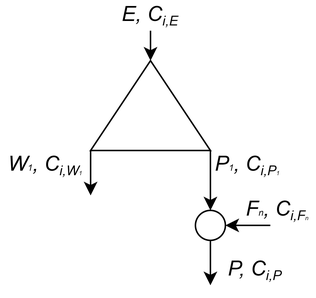
Above: cascades/ord1_.png in GusevVlad/Russian-Phd-LaTeX-Dissertation-Template (draw.io), before the change. Source tidied: cells renumbered, new cells last; positions are measured from the earlier drawing's top-left corner, leaving out a move shared by most shapes. Its diagram source:
```xml
<mxGraphModel>
  <root>
    <mxCell id="0" />
    <mxCell id="1" parent="0" />
    <mxCell id="2" style="endArrow=classic;html=1;" parent="1" edge="1">
      <mxGeometry relative="1" as="geometry">
        <mxPoint x="100" y="20" as="sourcePoint" />
        <mxPoint x="100" y="40" as="targetPoint" />
      </mxGeometry>
    </mxCell>
    <mxCell id="3" style="endArrow=classic;html=1;" parent="1" edge="1">
      <mxGeometry relative="1" as="geometry">
        <mxPoint x="60" y="100" as="sourcePoint" />
        <mxPoint x="60" y="130" as="targetPoint" />
      </mxGeometry>
    </mxCell>
    <mxCell id="4" style="triangle;whiteSpace=wrap;html=1;rotation=-90;" parent="1" vertex="1">
      <mxGeometry x="70" y="30" width="60" height="80" as="geometry" />
    </mxCell>
    <mxCell id="5" style="endArrow=classic;html=1;entryX=0.5;entryY=0;entryDx=0;entryDy=0;" parent="1" edge="1" target="8">
      <mxGeometry relative="1" as="geometry">
        <mxPoint x="140" y="100" as="sourcePoint" />
      </mxGeometry>
    </mxCell>
    <mxCell id="6" value="&lt;font&gt;&lt;i&gt;&lt;span style=&quot;font-size: 14px&quot;&gt;E, C&lt;/span&gt;&lt;sub&gt;&lt;font style=&quot;font-size: 9px&quot;&gt;i,E&lt;/font&gt;&lt;/sub&gt;&lt;/i&gt;&lt;/font&gt;" style="text;html=1;strokeColor=none;fillColor=none;align=center;verticalAlign=middle;whiteSpace=wrap;rounded=0;" parent="1" vertex="1">
      <mxGeometry x="75" width="50" height="20" as="geometry" />
    </mxCell>
    <mxCell id="7" value="&lt;span style=&quot;color: rgba(0 , 0 , 0 , 0) ; font-family: monospace ; font-size: 0px&quot;&gt;%3CmxGraphModel%3E%3Croot%3E%3CmxCell%20id%3D%220%22%2F%3E%3CmxCell%20id%3D%221%22%20parent%3D%220%22%2F%3E%3CmxCell%20id%3D%222%22%20value%3D%22%26lt%3Bfont%26gt%3B%26lt%3Bi%26gt%3B%26lt%3Bspan%20style%3D%26quot%3Bfont-size%3A%2014px%26quot%3B%26gt%3BE%2C%20C%26lt%3B%2Fspan%26gt%3B%26lt%3Bsub%26gt%3B%26lt%3Bfont%20style%3D%26quot%3Bfont-size%3A%209px%26quot%3B%26gt%3Bi%2CE%26lt%3B%2Ffont%26gt%3B%26lt%3B%2Fsub%26gt%3B%26lt%3B%2Fi%26gt%3B%26lt%3B%2Ffont%26gt%3B%22%20style%3D%22text%3Bhtml%3D1%3BstrokeColor%3Dnone%3BfillColor%3Dnone%3Balign%3Dcenter%3BverticalAlign%3Dmiddle%3BwhiteSpace%3Dwrap%3Brounded%3D0%3B%22%20vertex%3D%221%22%20parent%3D%221%22%3E%3CmxGeometry%20x%3D%22405%22%20y%3D%2260%22%20width%3D%2250%22%20height%3D%2220%22%20as%3D%22geometry%22%2F%3E%3C%2FmxCell%3E%3C%2Froot%3E%3C%2FmxGraphModel%3E&lt;/span&gt;" style="text;html=1;strokeColor=none;fillColor=none;align=center;verticalAlign=middle;whiteSpace=wrap;rounded=0;" parent="1" vertex="1">
      <mxGeometry x="20" y="110" width="40" height="20" as="geometry" />
    </mxCell>
    <mxCell id="8" style="ellipse;whiteSpace=wrap;html=1;" parent="1" vertex="1">
      <mxGeometry x="130" y="140" width="20" height="20" as="geometry" />
    </mxCell>
    <mxCell id="9" style="endArrow=classic;html=1;entryX=1;entryY=0.5;entryDx=0;entryDy=0;" parent="1" edge="1" target="8">
      <mxGeometry relative="1" as="geometry">
        <mxPoint x="180" y="150" as="sourcePoint" />
      </mxGeometry>
    </mxCell>
    <mxCell id="10" style="endArrow=classic;html=1;entryX=0;entryY=1;entryDx=0;entryDy=0;" parent="1" edge="1">
      <mxGeometry relative="1" as="geometry">
        <mxPoint x="140" y="160" as="sourcePoint" />
        <mxPoint x="140" y="190" as="targetPoint" />
      </mxGeometry>
    </mxCell>
    <mxCell id="11" value="&lt;i&gt;&lt;span style=&quot;font-size: 14px&quot;&gt;P&lt;/span&gt;&lt;font style=&quot;font-size: 6px&quot;&gt;1&lt;/font&gt;&lt;span style=&quot;font-size: 14px&quot;&gt;, C&lt;/span&gt;&lt;sub&gt;&lt;font style=&quot;font-size: 9px&quot;&gt;i,P&lt;/font&gt;&lt;font size=&quot;1&quot;&gt;&lt;span style=&quot;font-size: 4px&quot;&gt;1&lt;/span&gt;&lt;/font&gt;&lt;/sub&gt;&lt;/i&gt;" style="text;html=1;strokeColor=none;fillColor=none;align=center;verticalAlign=middle;whiteSpace=wrap;rounded=0;" parent="1" vertex="1">
      <mxGeometry x="135" y="100" width="60" height="20" as="geometry" />
    </mxCell>
    <mxCell id="12" value="&lt;font&gt;&lt;i&gt;&lt;span style=&quot;font-size: 14px&quot;&gt;W&lt;/span&gt;&lt;/i&gt;&lt;i&gt;&lt;font style=&quot;font-size: 6px;&quot;&gt;1&lt;/font&gt;&lt;/i&gt;&lt;i&gt;&lt;span style=&quot;font-size: 14px&quot;&gt;, C&lt;/span&gt;&lt;sub&gt;&lt;font style=&quot;font-size: 9px&quot;&gt;i,W&lt;/font&gt;&lt;/sub&gt;&lt;/i&gt;&lt;/font&gt;&lt;i&gt;&lt;sub&gt;&lt;font size=&quot;1&quot;&gt;&lt;span style=&quot;font-size: 4px;&quot;&gt;1&lt;/span&gt;&lt;/font&gt;&lt;/sub&gt;&lt;/i&gt;" style="text;html=1;strokeColor=none;fillColor=none;align=center;verticalAlign=middle;whiteSpace=wrap;rounded=0;" parent="1" vertex="1">
      <mxGeometry y="100" width="60" height="20" as="geometry" />
    </mxCell>
    <mxCell id="13" value="&lt;font&gt;&lt;i&gt;&lt;span style=&quot;font-size: 14px&quot;&gt;P, C&lt;/span&gt;&lt;sub&gt;&lt;font style=&quot;font-size: 9px&quot;&gt;i,P&lt;/font&gt;&lt;/sub&gt;&lt;/i&gt;&lt;/font&gt;" style="text;html=1;strokeColor=none;fillColor=none;align=center;verticalAlign=middle;whiteSpace=wrap;rounded=0;" parent="1" vertex="1">
      <mxGeometry x="145" y="170" width="50" height="20" as="geometry" />
    </mxCell>
    <mxCell id="14" value="&lt;i&gt;&lt;span style=&quot;font-size: 14px&quot;&gt;F&lt;/span&gt;&lt;font style=&quot;font-size: 6px&quot;&gt;n&lt;/font&gt;&lt;span style=&quot;font-size: 14px&quot;&gt;, C&lt;/span&gt;&lt;sub&gt;&lt;font style=&quot;font-size: 9px&quot;&gt;i,F&lt;/font&gt;&lt;font size=&quot;1&quot;&gt;&lt;span style=&quot;font-size: 4px&quot;&gt;n&lt;/span&gt;&lt;/font&gt;&lt;/sub&gt;&lt;/i&gt;" style="text;html=1;strokeColor=none;fillColor=none;align=center;verticalAlign=middle;whiteSpace=wrap;rounded=0;" parent="1" vertex="1">
      <mxGeometry x="160" y="130" width="50" height="20" as="geometry" />
    </mxCell>
  </root>
</mxGraphModel>
```
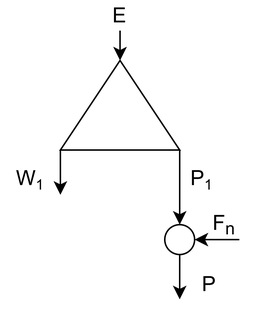
The same file after the commit.

The edit, as a diff of the source:
```diff
@@ -4,55 +4,51 @@
     <mxCell id="1" parent="0" />
     <mxCell id="2" style="endArrow=classic;html=1;" parent="1" edge="1">
       <mxGeometry relative="1" as="geometry">
-        <mxPoint x="100" y="20" as="sourcePoint" />
-        <mxPoint x="100" y="40" as="targetPoint" />
+        <mxPoint x="-190" y="20" as="sourcePoint" />
+        <mxPoint x="-190" y="40" as="targetPoint" />
       </mxGeometry>
     </mxCell>
     <mxCell id="3" style="endArrow=classic;html=1;" parent="1" edge="1">
       <mxGeometry relative="1" as="geometry">
-        <mxPoint x="60" y="100" as="sourcePoint" />
-        <mxPoint x="60" y="130" as="targetPoint" />
+        <mxPoint x="-230" y="100" as="sourcePoint" />
+        <mxPoint x="-230" y="130" as="targetPoint" />
       </mxGeometry>
     </mxCell>
     <mxCell id="4" style="triangle;whiteSpace=wrap;html=1;rotation=-90;" parent="1" vertex="1">
-      <mxGeometry x="70" y="30" width="60" height="80" as="geometry" />
+      <mxGeometry x="-220" y="30" width="60" height="80" as="geometry" />
     </mxCell>
     <mxCell id="5" style="endArrow=classic;html=1;entryX=0.5;entryY=0;entryDx=0;entryDy=0;" parent="1" edge="1" target="8">
       <mxGeometry relative="1" as="geometry">
-        <mxPoint x="140" y="100" as="sourcePoint" />
+        <mxPoint x="-150" y="100" as="sourcePoint" />
       </mxGeometry>
     </mxCell>
-    <mxCell id="6" value="&lt;font&gt;&lt;i&gt;&lt;span style=&quot;font-size: 14px&quot;&gt;E, C&lt;/span&gt;&lt;sub&gt;&lt;font style=&quot;font-size: 9px&quot;&gt;i,E&lt;/font&gt;&lt;/sub&gt;&lt;/i&gt;&lt;/font&gt;" style="text;html=1;strokeColor=none;fillColor=none;align=center;verticalAlign=middle;whiteSpace=wrap;rounded=0;" parent="1" vertex="1">
-      <mxGeometry x="75" width="50" height="20" as="geometry" />
+    <mxCell id="6" value="&lt;font style=&quot;font-size: 14px&quot;&gt;E&lt;/font&gt;" style="text;html=1;strokeColor=none;fillColor=none;align=center;verticalAlign=middle;whiteSpace=wrap;rounded=0;" parent="1" vertex="1">
+      <mxGeometry x="-210" width="40" height="20" as="geometry" />
     </mxCell>
-    <mxCell id="7" value="&lt;span style=&quot;color: rgba(0 , 0 , 0 , 0) ; font-family: monospace ; font-size: 0px&quot;&gt;%3CmxGraphModel%3E%3Croot%3E%3CmxCell%20id%3D%220%22%2F%3E%3CmxCell%20id%3D%221%22%20parent%3D%220%22%2F%3E%3CmxCell%20id%3D%222%22%20value%3D%22%26lt%3Bfont%26gt%3B%26lt%3Bi%26gt%3B%26lt%3Bspan%20style%3D%26quot%3Bfont-size%3A%2014px%26quot%3B%26gt%3BE%2C%20C%26lt%3B%2Fspan%26gt%3B%26lt%3Bsub%26gt%3B%26lt%3Bfont%20style%3D%26quot%3Bfont-size%3A%209px%26quot%3B%26gt%3Bi%2CE%26lt%3B%2Ffont%26gt%3B%26lt%3B%2Fsub%26gt%3B%26lt%3B%2Fi%26gt%3B%26lt%3B%2Ffont%26gt%3B%22%20style%3D%22text%3Bhtml%3D1%3BstrokeColor%3Dnone%3BfillColor%3Dnone%3Balign%3Dcenter%3BverticalAlign%3Dmiddle%3BwhiteSpace%3Dwrap%3Brounded%3D0%3B%22%20vertex%3D%221%22%20parent%3D%221%22%3E%3CmxGeometry%20x%3D%22405%22%20y%3D%2260%22%20width%3D%2250%22%20height%3D%2220%22%20as%3D%22geometry%22%2F%3E%3C%2FmxCell%3E%3C%2Froot%3E%3C%2FmxGraphModel%3E&lt;/span&gt;" style="text;html=1;strokeColor=none;fillColor=none;align=center;verticalAlign=middle;whiteSpace=wrap;rounded=0;" parent="1" vertex="1">
-      <mxGeometry x="20" y="110" width="40" height="20" as="geometry" />
-    </mxCell>
     <mxCell id="8" style="ellipse;whiteSpace=wrap;html=1;" parent="1" vertex="1">
-      <mxGeometry x="130" y="140" width="20" height="20" as="geometry" />
+      <mxGeometry x="-160" y="150" width="20" height="20" as="geometry" />
     </mxCell>
     <mxCell id="9" style="endArrow=classic;html=1;entryX=1;entryY=0.5;entryDx=0;entryDy=0;" parent="1" edge="1" target="8">
       <mxGeometry relative="1" as="geometry">
-        <mxPoint x="180" y="150" as="sourcePoint" />
+        <mxPoint x="-110" y="160" as="sourcePoint" />
       </mxGeometry>
     </mxCell>
+    <mxCell id="15" value="&lt;span style=&quot;font-size: 14px&quot;&gt;F&lt;sub&gt;n&lt;/sub&gt;&lt;/span&gt;" style="text;html=1;strokeColor=none;fillColor=none;align=center;verticalAlign=middle;whiteSpace=wrap;rounded=0;" parent="1" vertex="1">
+      <mxGeometry x="-140" y="140" width="40" height="20" as="geometry" />
+    </mxCell>
-    <mxCell id="10" style="endArrow=classic;html=1;entryX=0;entryY=1;entryDx=0;entryDy=0;" parent="1" edge="1">
+    <mxCell id="10" style="endArrow=classic;html=1;entryX=0;entryY=1;entryDx=0;entryDy=0;" parent="1" edge="1" target="16">
       <mxGeometry relative="1" as="geometry">
-        <mxPoint x="140" y="160" as="sourcePoint" />
-        <mxPoint x="140" y="190" as="targetPoint" />
+        <mxPoint x="-150" y="170" as="sourcePoint" />
       </mxGeometry>
     </mxCell>
-    <mxCell id="11" value="&lt;i&gt;&lt;span style=&quot;font-size: 14px&quot;&gt;P&lt;/span&gt;&lt;font style=&quot;font-size: 6px&quot;&gt;1&lt;/font&gt;&lt;span style=&quot;font-size: 14px&quot;&gt;, C&lt;/span&gt;&lt;sub&gt;&lt;font style=&quot;font-size: 9px&quot;&gt;i,P&lt;/font&gt;&lt;font size=&quot;1&quot;&gt;&lt;span style=&quot;font-size: 4px&quot;&gt;1&lt;/span&gt;&lt;/font&gt;&lt;/sub&gt;&lt;/i&gt;" style="text;html=1;strokeColor=none;fillColor=none;align=center;verticalAlign=middle;whiteSpace=wrap;rounded=0;" parent="1" vertex="1">
-      <mxGeometry x="135" y="100" width="60" height="20" as="geometry" />
-    </mxCell>
-    <mxCell id="12" value="&lt;font&gt;&lt;i&gt;&lt;span style=&quot;font-size: 14px&quot;&gt;W&lt;/span&gt;&lt;/i&gt;&lt;i&gt;&lt;font style=&quot;font-size: 6px;&quot;&gt;1&lt;/font&gt;&lt;/i&gt;&lt;i&gt;&lt;span style=&quot;font-size: 14px&quot;&gt;, C&lt;/span&gt;&lt;sub&gt;&lt;font style=&quot;font-size: 9px&quot;&gt;i,W&lt;/font&gt;&lt;/sub&gt;&lt;/i&gt;&lt;/font&gt;&lt;i&gt;&lt;sub&gt;&lt;font size=&quot;1&quot;&gt;&lt;span style=&quot;font-size: 4px;&quot;&gt;1&lt;/span&gt;&lt;/font&gt;&lt;/sub&gt;&lt;/i&gt;" style="text;html=1;strokeColor=none;fillColor=none;align=center;verticalAlign=middle;whiteSpace=wrap;rounded=0;" parent="1" vertex="1">
-      <mxGeometry y="100" width="60" height="20" as="geometry" />
-    </mxCell>
-    <mxCell id="13" value="&lt;font&gt;&lt;i&gt;&lt;span style=&quot;font-size: 14px&quot;&gt;P, C&lt;/span&gt;&lt;sub&gt;&lt;font style=&quot;font-size: 9px&quot;&gt;i,P&lt;/font&gt;&lt;/sub&gt;&lt;/i&gt;&lt;/font&gt;" style="text;html=1;strokeColor=none;fillColor=none;align=center;verticalAlign=middle;whiteSpace=wrap;rounded=0;" parent="1" vertex="1">
-      <mxGeometry x="145" y="170" width="50" height="20" as="geometry" />
-    </mxCell>
-    <mxCell id="14" value="&lt;i&gt;&lt;span style=&quot;font-size: 14px&quot;&gt;F&lt;/span&gt;&lt;font style=&quot;font-size: 6px&quot;&gt;n&lt;/font&gt;&lt;span style=&quot;font-size: 14px&quot;&gt;, C&lt;/span&gt;&lt;sub&gt;&lt;font style=&quot;font-size: 9px&quot;&gt;i,F&lt;/font&gt;&lt;font size=&quot;1&quot;&gt;&lt;span style=&quot;font-size: 4px&quot;&gt;n&lt;/span&gt;&lt;/font&gt;&lt;/sub&gt;&lt;/i&gt;" style="text;html=1;strokeColor=none;fillColor=none;align=center;verticalAlign=middle;whiteSpace=wrap;rounded=0;" parent="1" vertex="1">
-      <mxGeometry x="160" y="130" width="50" height="20" as="geometry" />
-    </mxCell>
+    <mxCell id="16" value="&lt;font style=&quot;font-size: 14px&quot;&gt;P&lt;/font&gt;" style="text;html=1;strokeColor=none;fillColor=none;align=center;verticalAlign=middle;whiteSpace=wrap;rounded=0;" parent="1" vertex="1">
+      <mxGeometry x="-150" y="180" width="40" height="20" as="geometry" />
+    </mxCell>
+    <mxCell id="17" value="&lt;font style=&quot;font-size: 14px&quot;&gt;W&lt;/font&gt;&lt;font style=&quot;font-size: 11.6667px&quot;&gt;&lt;sub&gt;1&lt;/sub&gt;&lt;/font&gt;" style="text;html=1;strokeColor=none;fillColor=none;align=center;verticalAlign=middle;whiteSpace=wrap;rounded=0;" parent="1" vertex="1">
+      <mxGeometry x="-270" y="110" width="40" height="20" as="geometry" />
+    </mxCell>
+    <mxCell id="18" value="&lt;font style=&quot;font-size: 14px&quot;&gt;P&lt;/font&gt;&lt;font style=&quot;font-size: 11.6667px&quot;&gt;&lt;sub&gt;1&lt;/sub&gt;&lt;/font&gt;" style="text;html=1;strokeColor=none;fillColor=none;align=center;verticalAlign=middle;whiteSpace=wrap;rounded=0;" parent="1" vertex="1">
+      <mxGeometry x="-160" y="110" width="50" height="20" as="geometry" />
+    </mxCell>
   </root>
 </mxGraphModel>
```
